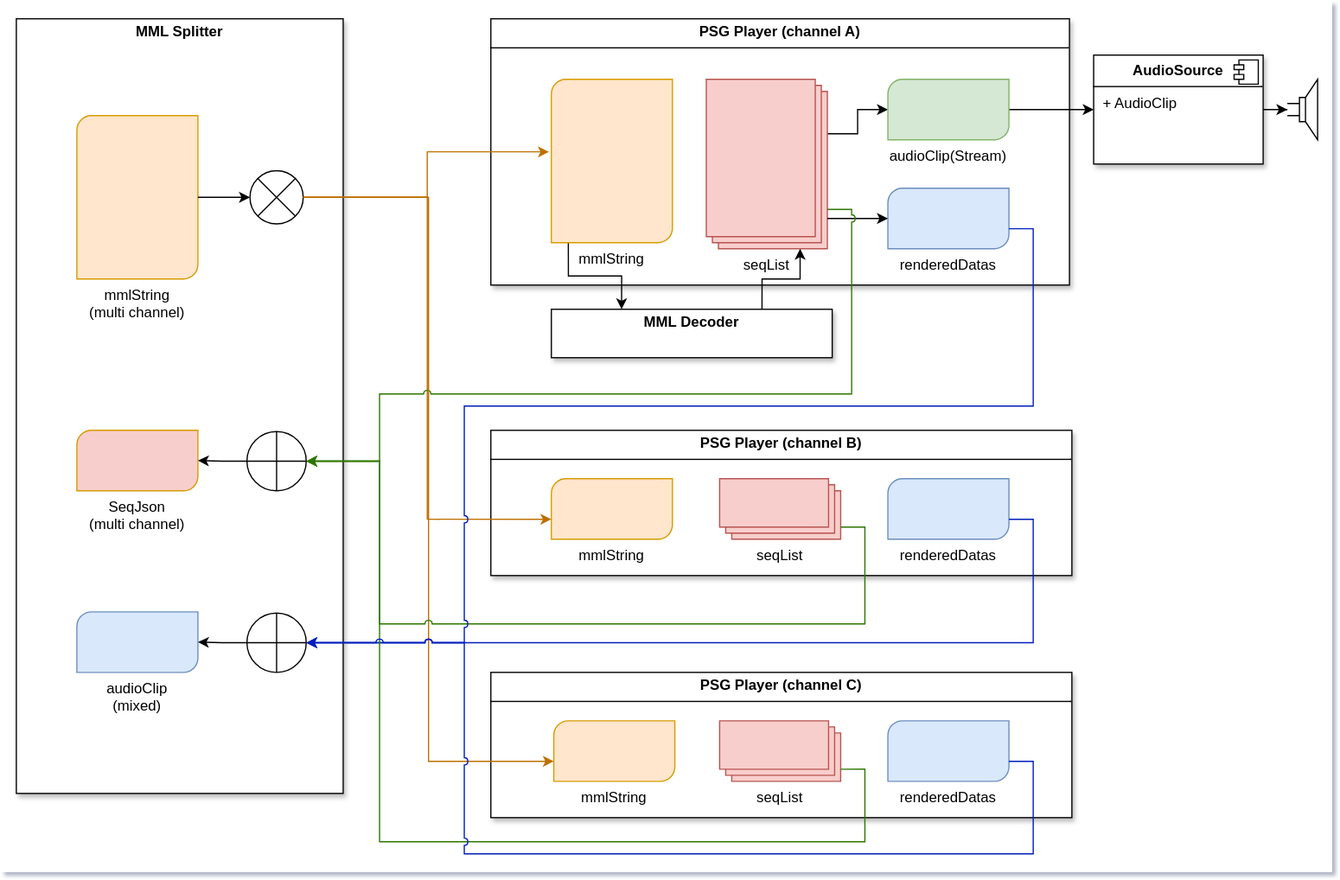
The draw.io diagram img/PSG Player 02.drawio.svg in bokanushi-design/Unity-PSG-Player, before a commit. Source tidied: cells renumbered, new cells last; positions are measured from the earlier drawing's top-left corner, leaving out a move shared by most shapes.
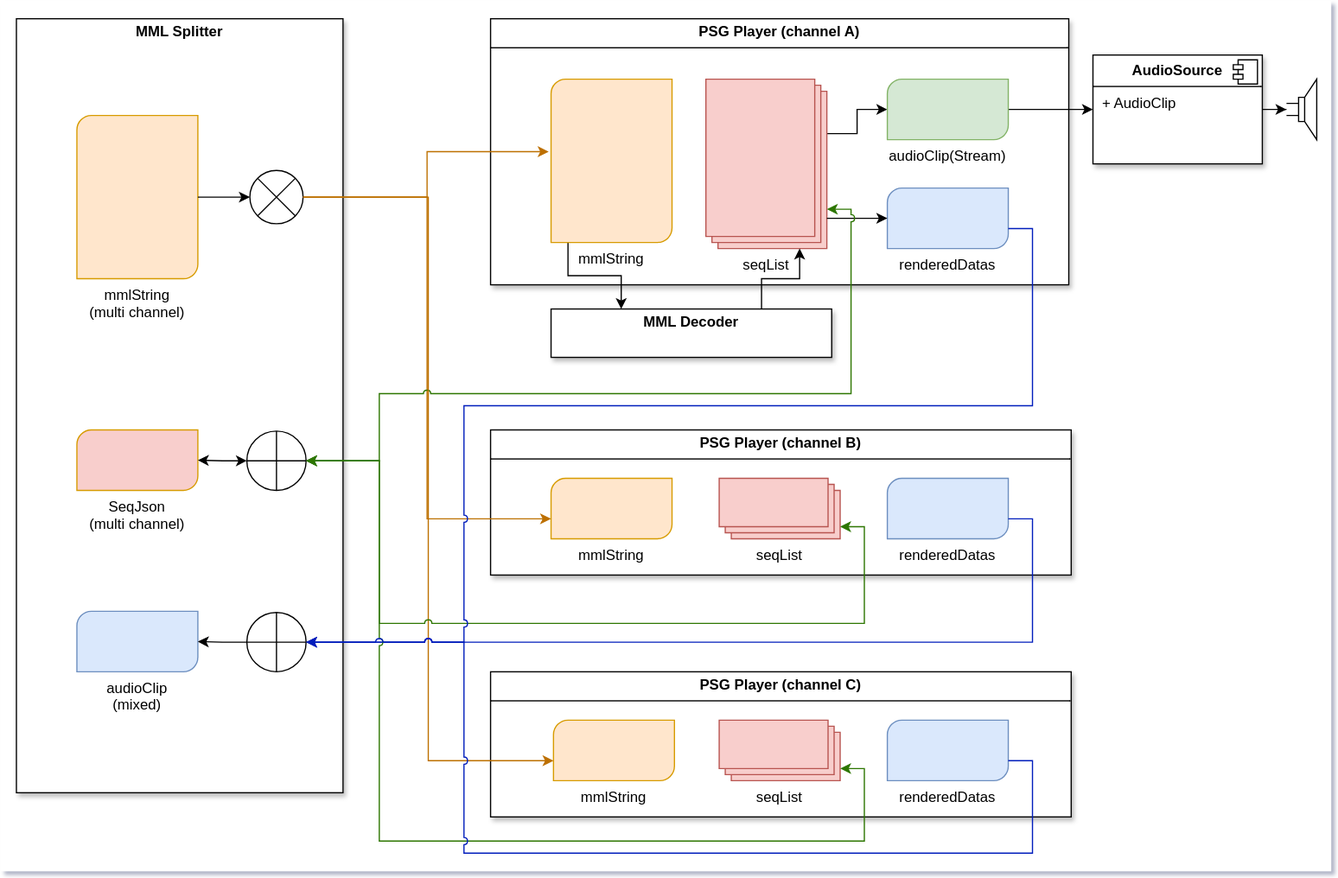
Above is the later version.

What changed in the source:
```diff
@@ -67,7 +67,7 @@
     <mxCell id="22" value="&lt;p style=&quot;margin:0px;margin-top:4px;text-align:center;&quot;&gt;&lt;b&gt;PSG Player (channel C)&lt;/b&gt;&lt;/p&gt;&lt;hr size=&quot;1&quot; style=&quot;border-style:solid;&quot;&gt;&lt;div style=&quot;height:2px;&quot;&gt;&lt;/div&gt;" style="verticalAlign=top;align=left;overflow=fill;html=1;whiteSpace=wrap;shadow=1;fillStyle=solid;fillColor=#FFFFFF;" parent="1" vertex="1">
       <mxGeometry x="405" y="555" width="480" height="120" as="geometry" />
     </mxCell>
-    <mxCell id="23" style="edgeStyle=orthogonalEdgeStyle;rounded=0;jettySize=auto;html=1;exitX=0;exitY=0.5;exitDx=0;exitDy=0;exitPerimeter=0;" parent="1" edge="1" source="24" target="15">
+    <mxCell id="23" style="edgeStyle=orthogonalEdgeStyle;rounded=0;jettySize=auto;html=1;exitX=0;exitY=0.5;exitDx=0;exitDy=0;exitPerimeter=0;startArrow=classic;startFill=1;" parent="1" edge="1" source="24" target="15">
       <mxGeometry relative="1" as="geometry" />
     </mxCell>
     <mxCell id="24" style="verticalLabelPosition=bottom;verticalAlign=top;html=1;shape=mxgraph.flowchart.summing_function;fillStyle=solid;fillColor=#FFFFFF;" parent="1" vertex="1">
@@ -97,7 +97,7 @@
     <mxCell id="32" style="edgeStyle=orthogonalEdgeStyle;rounded=0;jettySize=auto;html=1;exitX=1;exitY=0.5;exitDx=0;exitDy=0;exitPerimeter=0;entryX=0;entryY=0.67;entryDx=0;entryDy=0;entryPerimeter=0;fillColor=#f0a30a;strokeColor=#BD7000;" parent="1" edge="1" source="25" target="26">
       <mxGeometry relative="1" as="geometry" />
     </mxCell>
-    <mxCell id="33" style="edgeStyle=orthogonalEdgeStyle;rounded=0;jettySize=auto;html=1;exitX=0;exitY=0;exitDx=100;exitDy=107.5;exitPerimeter=0;entryX=1;entryY=0.5;entryDx=0;entryDy=0;entryPerimeter=0;jumpStyle=arc;shadow=0;fillColor=#60a917;strokeColor=#2D7600;" parent="1" edge="1" source="6" target="24">
+    <mxCell id="33" style="edgeStyle=orthogonalEdgeStyle;rounded=0;jettySize=auto;html=1;exitX=0;exitY=0;exitDx=100;exitDy=107.5;exitPerimeter=0;entryX=1;entryY=0.5;entryDx=0;entryDy=0;entryPerimeter=0;jumpStyle=arc;shadow=0;fillColor=#60a917;strokeColor=#2D7600;startArrow=classic;startFill=1;" parent="1" edge="1" source="6" target="24">
       <mxGeometry relative="1" as="geometry">
         <Array as="points">
           <mxPoint x="703" y="173" />
@@ -119,7 +119,7 @@
     <mxCell id="37" style="edgeStyle=orthogonalEdgeStyle;rounded=0;jettySize=auto;html=1;exitX=1;exitY=0.5;exitDx=0;exitDy=0;exitPerimeter=0;entryX=0;entryY=0.67;entryDx=0;entryDy=0;entryPerimeter=0;fillColor=#f0a30a;strokeColor=#BD7000;" parent="1" edge="1" source="25" target="27">
       <mxGeometry relative="1" as="geometry" />
     </mxCell>
-    <mxCell id="38" style="edgeStyle=orthogonalEdgeStyle;rounded=0;jettySize=auto;html=1;exitX=0;exitY=0;exitDx=100;exitDy=40;exitPerimeter=0;entryX=1;entryY=0.5;entryDx=0;entryDy=0;entryPerimeter=0;jumpStyle=arc;fillColor=#60a917;strokeColor=#2D7600;" parent="1" edge="1" source="34" target="24">
+    <mxCell id="38" style="edgeStyle=orthogonalEdgeStyle;rounded=0;jettySize=auto;html=1;exitX=0;exitY=0;exitDx=100;exitDy=40;exitPerimeter=0;entryX=1;entryY=0.5;entryDx=0;entryDy=0;entryPerimeter=0;jumpStyle=arc;fillColor=#60a917;strokeColor=#2D7600;startArrow=classic;startFill=1;" parent="1" edge="1" source="34" target="24">
       <mxGeometry relative="1" as="geometry">
         <Array as="points">
           <mxPoint x="714" y="435" />
@@ -148,7 +148,7 @@
     <mxCell id="42" value="renderedDatas" style="verticalLabelPosition=bottom;verticalAlign=top;html=1;shape=mxgraph.basic.diag_round_rect;dx=6;whiteSpace=wrap;points=[[0,0.33,0,0,0],[0,0.5,0,0,0],[0,0.67,0,0,0],[0,1,0,0,0],[0.5,0,0,0,0],[0.5,1,0,0,0],[1,0,0,0,0],[1,0.33,0,0,0],[1,0.5,0,0,0],[1,0.67,0,0,0]];fillColor=#dae8fc;strokeColor=#6c8ebf;" parent="1" vertex="1">
       <mxGeometry x="733" y="595" width="100" height="50" as="geometry" />
     </mxCell>
-    <mxCell id="43" style="edgeStyle=orthogonalEdgeStyle;rounded=0;jettySize=auto;html=1;exitX=0;exitY=0;exitDx=100;exitDy=40;exitPerimeter=0;entryX=1;entryY=0.5;entryDx=0;entryDy=0;entryPerimeter=0;jumpStyle=arc;fillColor=#60a917;strokeColor=#2D7600;" parent="1" edge="1" source="41" target="24">
+    <mxCell id="43" style="edgeStyle=orthogonalEdgeStyle;rounded=0;jettySize=auto;html=1;exitX=0;exitY=0;exitDx=100;exitDy=40;exitPerimeter=0;entryX=1;entryY=0.5;entryDx=0;entryDy=0;entryPerimeter=0;jumpStyle=arc;fillColor=#60a917;strokeColor=#2D7600;startArrow=classic;startFill=1;" parent="1" edge="1" source="41" target="24">
       <mxGeometry relative="1" as="geometry">
         <Array as="points">
           <mxPoint x="714" y="635" />
```
